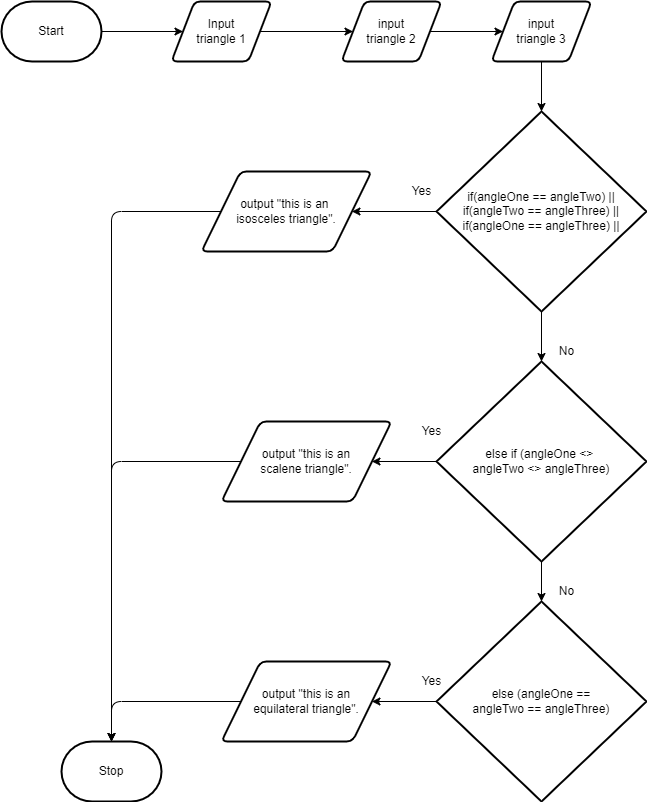
Before: design/flow-chart.png, a diagram exported from draw.io (Emmanuel-Fofeyin/ICS2O-Unit5-05-HTML). Source tidied: cells renumbered, new cells last; positions are measured from the earlier drawing's top-left corner, leaving out a move shared by most shapes. The source it was exported from:
```xml
<mxGraphModel>
  <root>
    <mxCell id="0" />
    <mxCell id="1" parent="0" />
    <mxCell id="2" style="edgeStyle=none;html=1;" parent="1" edge="1" source="3" target="5">
      <mxGeometry relative="1" as="geometry" />
    </mxCell>
    <mxCell id="3" value="Start" style="strokeWidth=2;html=1;shape=mxgraph.flowchart.terminator;whiteSpace=wrap;" parent="1" vertex="1">
      <mxGeometry width="100" height="60" as="geometry" />
    </mxCell>
    <mxCell id="4" style="edgeStyle=none;html=1;entryX=0;entryY=0.5;entryDx=0;entryDy=0;" parent="1" edge="1" source="5" target="6">
      <mxGeometry relative="1" as="geometry" />
    </mxCell>
    <mxCell id="5" value="Input&lt;br&gt;triangle 1" style="shape=parallelogram;html=1;strokeWidth=2;perimeter=parallelogramPerimeter;whiteSpace=wrap;rounded=1;arcSize=12;size=0.23;" parent="1" vertex="1">
      <mxGeometry x="170" width="100" height="60" as="geometry" />
    </mxCell>
    <mxCell id="6" value="input&lt;br&gt;triangle 2" style="shape=parallelogram;html=1;strokeWidth=2;perimeter=parallelogramPerimeter;whiteSpace=wrap;rounded=1;arcSize=12;size=0.23;" parent="1" vertex="1">
      <mxGeometry x="340" width="100" height="60" as="geometry" />
    </mxCell>
    <mxCell id="7" value="Stop" style="strokeWidth=2;html=1;shape=mxgraph.flowchart.terminator;whiteSpace=wrap;" parent="1" vertex="1">
      <mxGeometry x="60" y="740" width="100" height="60" as="geometry" />
    </mxCell>
    <mxCell id="8" value="input&lt;br&gt;triangle 3" style="shape=parallelogram;html=1;strokeWidth=2;perimeter=parallelogramPerimeter;whiteSpace=wrap;rounded=1;arcSize=12;size=0.23;" parent="1" vertex="1">
      <mxGeometry x="490" width="100" height="60" as="geometry" />
    </mxCell>
    <mxCell id="9" style="edgeStyle=none;html=1;entryX=0;entryY=0.5;entryDx=0;entryDy=0;exitX=1;exitY=0.5;exitDx=0;exitDy=0;" parent="1" edge="1" source="6" target="8">
      <mxGeometry relative="1" as="geometry" />
    </mxCell>
    <mxCell id="10" style="edgeStyle=none;html=1;exitX=0.5;exitY=1;exitDx=0;exitDy=0;entryX=0.5;entryY=0;entryDx=0;entryDy=0;entryPerimeter=0;" parent="1" edge="1" source="8" target="11">
      <mxGeometry relative="1" as="geometry" />
    </mxCell>
    <mxCell id="11" value="if(angleOne == angleTwo) ||&lt;br&gt;if(angleTwo == angleThree) ||&lt;br&gt;if(angleOne == angleThree) ||" style="strokeWidth=2;html=1;shape=mxgraph.flowchart.decision;whiteSpace=wrap;" parent="1" vertex="1">
      <mxGeometry x="435" y="110" width="210" height="200" as="geometry" />
    </mxCell>
    <mxCell id="12" style="edgeStyle=none;html=1;exitX=0.5;exitY=1;exitDx=0;exitDy=0;exitPerimeter=0;entryX=0.5;entryY=0;entryDx=0;entryDy=0;entryPerimeter=0;" parent="1" edge="1" source="11" target="13">
      <mxGeometry relative="1" as="geometry" />
    </mxCell>
    <mxCell id="13" value="else if (angleOne &amp;lt;&amp;gt; &lt;br&gt;angleTwo &amp;lt;&amp;gt; angleThree)&lt;br&gt;" style="strokeWidth=2;html=1;shape=mxgraph.flowchart.decision;whiteSpace=wrap;" parent="1" vertex="1">
      <mxGeometry x="435" y="360" width="210" height="200" as="geometry" />
    </mxCell>
    <mxCell id="14" value="&lt;span&gt;else (angleOne ==&lt;/span&gt;&lt;br&gt;&lt;span&gt;angleTwo == angleThree)&lt;/span&gt;" style="strokeWidth=2;html=1;shape=mxgraph.flowchart.decision;whiteSpace=wrap;" parent="1" vertex="1">
      <mxGeometry x="435" y="600" width="210" height="200" as="geometry" />
    </mxCell>
    <mxCell id="15" style="edgeStyle=none;html=1;exitX=0.5;exitY=1;exitDx=0;exitDy=0;exitPerimeter=0;entryX=0.5;entryY=0;entryDx=0;entryDy=0;entryPerimeter=0;" parent="1" edge="1" source="13" target="14">
      <mxGeometry relative="1" as="geometry" />
    </mxCell>
    <mxCell id="16" value="No" style="text;html=1;align=center;verticalAlign=middle;strokeColor=none;fillColor=none;" parent="1" vertex="1">
      <mxGeometry x="550" y="340" width="30" height="20" as="geometry" />
    </mxCell>
    <mxCell id="17" value="No" style="text;html=1;align=center;verticalAlign=middle;strokeColor=none;fillColor=none;" parent="1" vertex="1">
      <mxGeometry x="550" y="580" width="30" height="20" as="geometry" />
    </mxCell>
    <mxCell id="18" style="edgeStyle=none;html=1;exitX=0;exitY=0.5;exitDx=0;exitDy=0;exitPerimeter=0;entryX=1;entryY=0.5;entryDx=0;entryDy=0;" parent="1" edge="1" source="11" target="21">
      <mxGeometry relative="1" as="geometry" />
    </mxCell>
    <mxCell id="19" style="edgeStyle=none;html=1;exitX=0;exitY=0.5;exitDx=0;exitDy=0;exitPerimeter=0;entryX=1;entryY=0.5;entryDx=0;entryDy=0;" parent="1" edge="1" source="13" target="22">
      <mxGeometry relative="1" as="geometry" />
    </mxCell>
    <mxCell id="20" style="edgeStyle=none;html=1;exitX=0;exitY=0.5;exitDx=0;exitDy=0;exitPerimeter=0;entryX=1;entryY=0.5;entryDx=0;entryDy=0;" parent="1" edge="1" source="14" target="23">
      <mxGeometry relative="1" as="geometry" />
    </mxCell>
    <mxCell id="21" value="output &quot;this is an &lt;br&gt;isosceles triangle&quot;." style="shape=parallelogram;html=1;strokeWidth=2;perimeter=parallelogramPerimeter;whiteSpace=wrap;rounded=1;arcSize=12;size=0.23;" parent="1" vertex="1">
      <mxGeometry x="200" y="170" width="170" height="80" as="geometry" />
    </mxCell>
    <mxCell id="22" value="&lt;span&gt;output &quot;this is an&lt;/span&gt;&lt;br&gt;&lt;span&gt;scalene triangle&quot;.&lt;/span&gt;" style="shape=parallelogram;html=1;strokeWidth=2;perimeter=parallelogramPerimeter;whiteSpace=wrap;rounded=1;arcSize=12;size=0.23;" parent="1" vertex="1">
      <mxGeometry x="220" y="420" width="170" height="80" as="geometry" />
    </mxCell>
    <mxCell id="23" value="&lt;span&gt;output &quot;this is an&lt;/span&gt;&lt;br&gt;&lt;span&gt;equilateral triangle&quot;.&lt;/span&gt;" style="shape=parallelogram;html=1;strokeWidth=2;perimeter=parallelogramPerimeter;whiteSpace=wrap;rounded=1;arcSize=12;size=0.23;" parent="1" vertex="1">
      <mxGeometry x="220" y="660" width="170" height="80" as="geometry" />
    </mxCell>
    <mxCell id="24" value="Yes" style="text;html=1;align=center;verticalAlign=middle;strokeColor=none;fillColor=none;" parent="1" vertex="1">
      <mxGeometry x="400" y="180" width="40" height="20" as="geometry" />
    </mxCell>
    <mxCell id="25" value="Yes" style="text;html=1;align=center;verticalAlign=middle;strokeColor=none;fillColor=none;" parent="1" vertex="1">
      <mxGeometry x="410" y="420" width="40" height="20" as="geometry" />
    </mxCell>
    <mxCell id="26" value="Yes" style="text;html=1;align=center;verticalAlign=middle;strokeColor=none;fillColor=none;" parent="1" vertex="1">
      <mxGeometry x="410" y="670" width="40" height="20" as="geometry" />
    </mxCell>
    <mxCell id="27" style="edgeStyle=segmentEdgeStyle;endArrow=classic;html=1;exitX=0;exitY=0.5;exitDx=0;exitDy=0;entryX=0.5;entryY=0;entryDx=0;entryDy=0;entryPerimeter=0;" parent="1" edge="1" source="21" target="7">
      <mxGeometry relative="1" as="geometry" />
    </mxCell>
    <mxCell id="28" style="edgeStyle=segmentEdgeStyle;endArrow=classic;html=1;exitX=0;exitY=0.5;exitDx=0;exitDy=0;" parent="1" edge="1" source="22">
      <mxGeometry relative="1" as="geometry">
        <mxPoint x="110" y="740" as="targetPoint" />
      </mxGeometry>
    </mxCell>
    <mxCell id="29" style="edgeStyle=segmentEdgeStyle;endArrow=classic;html=1;exitX=0;exitY=0.5;exitDx=0;exitDy=0;" parent="1" edge="1" source="23">
      <mxGeometry relative="1" as="geometry">
        <mxPoint x="110" y="740" as="targetPoint" />
        <Array as="points">
          <mxPoint x="110" y="700" />
        </Array>
      </mxGeometry>
    </mxCell>
  </root>
</mxGraphModel>
```
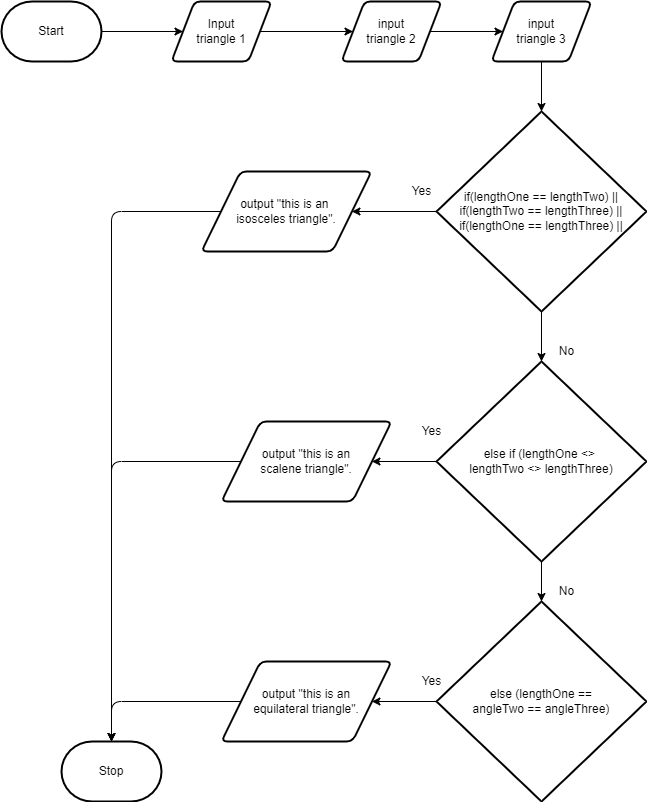
Later version of the same file.

Diff of the diagram source:
```diff
@@ -29,16 +29,16 @@
     <mxCell id="10" style="edgeStyle=none;html=1;exitX=0.5;exitY=1;exitDx=0;exitDy=0;entryX=0.5;entryY=0;entryDx=0;entryDy=0;entryPerimeter=0;" parent="1" edge="1" source="8" target="11">
       <mxGeometry relative="1" as="geometry" />
     </mxCell>
-    <mxCell id="11" value="if(angleOne == angleTwo) ||&lt;br&gt;if(angleTwo == angleThree) ||&lt;br&gt;if(angleOne == angleThree) ||" style="strokeWidth=2;html=1;shape=mxgraph.flowchart.decision;whiteSpace=wrap;" parent="1" vertex="1">
+    <mxCell id="11" value="if(lengthOne == lengthTwo) ||&lt;br&gt;if(lengthTwo == lengthThree) ||&lt;br&gt;if(lengthOne == lengthThree) ||" style="strokeWidth=2;html=1;shape=mxgraph.flowchart.decision;whiteSpace=wrap;" parent="1" vertex="1">
       <mxGeometry x="435" y="110" width="210" height="200" as="geometry" />
     </mxCell>
     <mxCell id="12" style="edgeStyle=none;html=1;exitX=0.5;exitY=1;exitDx=0;exitDy=0;exitPerimeter=0;entryX=0.5;entryY=0;entryDx=0;entryDy=0;entryPerimeter=0;" parent="1" edge="1" source="11" target="13">
       <mxGeometry relative="1" as="geometry" />
     </mxCell>
-    <mxCell id="13" value="else if (angleOne &amp;lt;&amp;gt; &lt;br&gt;angleTwo &amp;lt;&amp;gt; angleThree)&lt;br&gt;" style="strokeWidth=2;html=1;shape=mxgraph.flowchart.decision;whiteSpace=wrap;" parent="1" vertex="1">
+    <mxCell id="13" value="else if (lengthOne &amp;lt;&amp;gt; &lt;br&gt;lengthTwo &amp;lt;&amp;gt; lengthThree)" style="strokeWidth=2;html=1;shape=mxgraph.flowchart.decision;whiteSpace=wrap;" parent="1" vertex="1">
       <mxGeometry x="435" y="360" width="210" height="200" as="geometry" />
     </mxCell>
-    <mxCell id="14" value="&lt;span&gt;else (angleOne ==&lt;/span&gt;&lt;br&gt;&lt;span&gt;angleTwo == angleThree)&lt;/span&gt;" style="strokeWidth=2;html=1;shape=mxgraph.flowchart.decision;whiteSpace=wrap;" parent="1" vertex="1">
+    <mxCell id="14" value="&lt;span&gt;else (&lt;/span&gt;length&lt;span&gt;One ==&lt;/span&gt;&lt;br&gt;&lt;span&gt;angleTwo == angleThree)&lt;/span&gt;" style="strokeWidth=2;html=1;shape=mxgraph.flowchart.decision;whiteSpace=wrap;" parent="1" vertex="1">
       <mxGeometry x="435" y="600" width="210" height="200" as="geometry" />
     </mxCell>
     <mxCell id="15" style="edgeStyle=none;html=1;exitX=0.5;exitY=1;exitDx=0;exitDy=0;exitPerimeter=0;entryX=0.5;entryY=0;entryDx=0;entryDy=0;entryPerimeter=0;" parent="1" edge="1" source="13" target="14">
```
